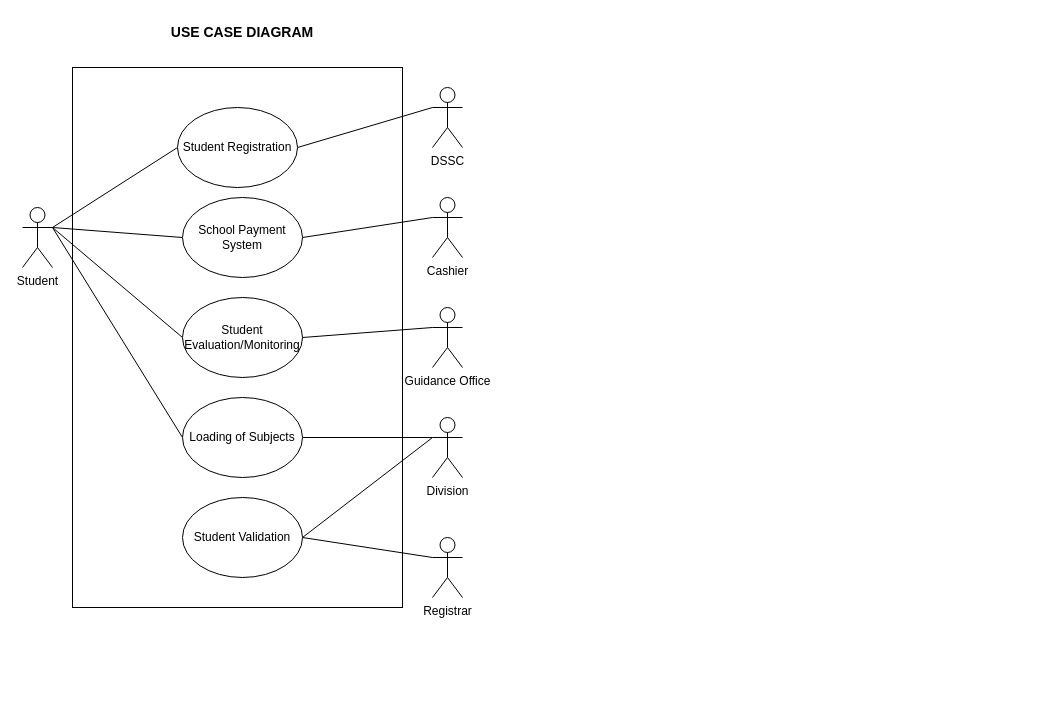
Earlier version of the draw.io diagram Copy of Untitled Diagram.drawio (John-Rey-Pial/Draw-IO). Source tidied: cells renumbered, new cells numbered last; positions are measured from the earlier drawing's top-left corner, leaving out a move shared by most shapes. Both pictures are drawn from the tidied source at 100%, with x=0, y=0 at pixel (22, 17).
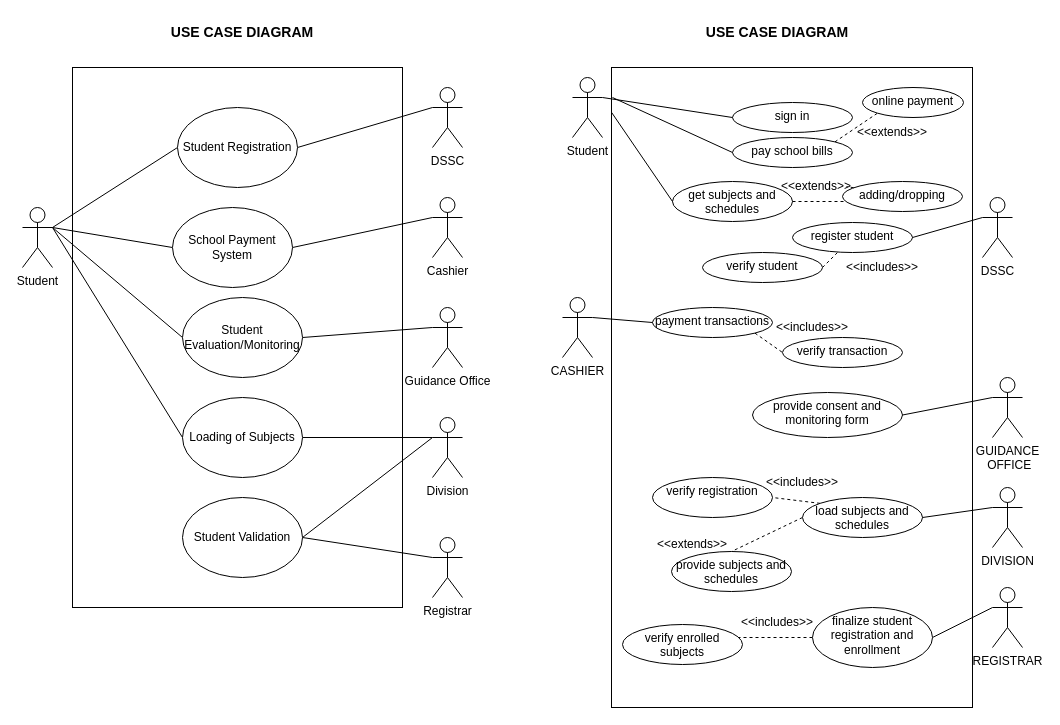
After the change.

Diff of the diagram source:
```diff
@@
     <mxCell id="15" value="School Payment System" style="ellipse;whiteSpace=wrap;html=1;" parent="1" vertex="1">
-      <mxGeometry x="160" y="180" width="120" height="80" as="geometry" />
+      <mxGeometry x="150" y="190" width="120" height="80" as="geometry" />
     </mxCell>
@@
+    <mxCell id="25" value="USE CASE DIAGRAM" style="text;html=1;strokeColor=none;fillColor=none;align=center;verticalAlign=middle;whiteSpace=wrap;rounded=0;fontSize=14;fontStyle=1;" parent="1" vertex="1">
+      <mxGeometry x="660" width="190" height="30" as="geometry" />
+    </mxCell>
+    <mxCell id="26" style="rounded=0;whiteSpace=wrap;html=1;" parent="1" vertex="1">
+      <mxGeometry x="589" y="50" width="361" height="640" as="geometry" />
+    </mxCell>
+    <mxCell id="27" value="Student" style="shape=umlActor;verticalLabelPosition=bottom;verticalAlign=top;html=1;outlineConnect=0;" parent="1" vertex="1">
+      <mxGeometry x="550" y="60" width="30" height="60" as="geometry" />
+    </mxCell>
+    <mxCell id="28" value="sign in" style="ellipse;whiteSpace=wrap;html=1;verticalAlign=top;" parent="1" vertex="1">
+      <mxGeometry x="710" y="85" width="120" height="30" as="geometry" />
+    </mxCell>
+    <mxCell id="29" value="DSSC" style="shape=umlActor;verticalLabelPosition=bottom;verticalAlign=top;html=1;outlineConnect=0;" parent="1" vertex="1">
+      <mxGeometry x="960" y="180" width="30" height="60" as="geometry" />
+    </mxCell>
+    <mxCell id="30" value="register student" style="ellipse;whiteSpace=wrap;html=1;verticalAlign=top;" parent="1" vertex="1">
+      <mxGeometry x="770" y="205" width="120" height="30" as="geometry" />
+    </mxCell>
+    <mxCell id="31" style="endArrow=none;html=1;rounded=0;exitX=1;exitY=0.3333333333333333;exitDx=0;exitDy=0;exitPerimeter=0;entryX=0;entryY=0.5;entryDx=0;entryDy=0;" parent="1" edge="1" source="27" target="28">
+      <mxGeometry relative="1" as="geometry" />
+    </mxCell>
+    <mxCell id="32" style="endArrow=none;html=1;rounded=0;entryX=0;entryY=0.3333333333333333;entryDx=0;entryDy=0;entryPerimeter=0;exitX=1;exitY=0.5;exitDx=0;exitDy=0;" parent="1" edge="1" source="30" target="29">
+      <mxGeometry relative="1" as="geometry" />
+    </mxCell>
+    <mxCell id="33" style="endArrow=none;dashed=1;html=1;rounded=0;exitX=1;exitY=0.5;exitDx=0;exitDy=0;" parent="1" edge="1" source="34" target="30">
+      <mxGeometry relative="1" as="geometry" />
+    </mxCell>
+    <mxCell id="34" value="verify student" style="ellipse;whiteSpace=wrap;html=1;verticalAlign=top;" parent="1" vertex="1">
+      <mxGeometry x="680" y="235" width="120" height="30" as="geometry" />
+    </mxCell>
+    <mxCell id="35" value="&amp;lt;&amp;lt;includes&amp;gt;&amp;gt;" style="text;html=1;strokeColor=none;fillColor=none;align=center;verticalAlign=middle;whiteSpace=wrap;rounded=0;" parent="1" vertex="1">
+      <mxGeometry x="830" y="235" width="60" height="30" as="geometry" />
+    </mxCell>
+    <mxCell id="36" style="edgeStyle=none;rounded=0;jettySize=auto;html=1;exitX=1;exitY=0;exitDx=0;exitDy=0;entryX=0;entryY=1;entryDx=0;entryDy=0;dashed=1;endArrow=none;endFill=0;" parent="1" edge="1" source="37" target="67">
+      <mxGeometry relative="1" as="geometry" />
+    </mxCell>
+    <mxCell id="37" value="pay school bills" style="ellipse;whiteSpace=wrap;html=1;verticalAlign=top;" parent="1" vertex="1">
+      <mxGeometry x="710" y="120" width="120" height="30" as="geometry" />
+    </mxCell>
+    <mxCell id="38" style="endArrow=none;html=1;rounded=0;entryX=0;entryY=0.5;entryDx=0;entryDy=0;" parent="1" edge="1" target="37">
+      <mxGeometry relative="1" as="geometry">
+        <mxPoint x="590" y="80" as="sourcePoint" />
+      </mxGeometry>
+    </mxCell>
+    <mxCell id="39" value="get subjects and schedules" style="ellipse;whiteSpace=wrap;html=1;verticalAlign=top;" parent="1" vertex="1">
+      <mxGeometry x="650" y="164" width="120" height="40" as="geometry" />
+    </mxCell>
+    <mxCell id="40" style="endArrow=none;html=1;rounded=0;entryX=0;entryY=0.07;entryDx=0;entryDy=0;entryPerimeter=0;exitX=0;exitY=0.5;exitDx=0;exitDy=0;" parent="1" edge="1" source="39" target="26">
+      <mxGeometry relative="1" as="geometry" />
+    </mxCell>
+    <mxCell id="41" value="CASHIER" style="shape=umlActor;verticalLabelPosition=bottom;verticalAlign=top;html=1;outlineConnect=0;" parent="1" vertex="1">
+      <mxGeometry x="540" y="280" width="30" height="60" as="geometry" />
+    </mxCell>
+    <mxCell id="42" style="rounded=0;jettySize=auto;html=1;exitX=1;exitY=1;exitDx=0;exitDy=0;entryX=0;entryY=0.5;entryDx=0;entryDy=0;dashed=1;endArrow=none;endFill=0;" parent="1" edge="1" source="43" target="45">
+      <mxGeometry relative="1" as="geometry" />
+    </mxCell>
+    <mxCell id="43" value="payment transactions" style="ellipse;whiteSpace=wrap;html=1;verticalAlign=top;" parent="1" vertex="1">
+      <mxGeometry x="630" y="290" width="120" height="30" as="geometry" />
+    </mxCell>
+    <mxCell id="44" style="endArrow=none;html=1;rounded=0;exitX=1;exitY=0.3333333333333333;exitDx=0;exitDy=0;exitPerimeter=0;entryX=0;entryY=0.5;entryDx=0;entryDy=0;" parent="1" edge="1" source="41" target="43">
+      <mxGeometry relative="1" as="geometry" />
+    </mxCell>
+    <mxCell id="45" value="verify transaction" style="ellipse;whiteSpace=wrap;html=1;verticalAlign=top;" parent="1" vertex="1">
+      <mxGeometry x="760" y="320" width="120" height="30" as="geometry" />
+    </mxCell>
+    <mxCell id="46" value="&amp;lt;&amp;lt;includes&amp;gt;&amp;gt;" style="text;html=1;strokeColor=none;fillColor=none;align=center;verticalAlign=middle;whiteSpace=wrap;rounded=0;" parent="1" vertex="1">
+      <mxGeometry x="760" y="295" width="60" height="30" as="geometry" />
+    </mxCell>
+    <mxCell id="47" style="edgeStyle=none;rounded=0;jettySize=auto;html=1;exitX=0;exitY=0.3333333333333333;exitDx=0;exitDy=0;exitPerimeter=0;entryX=1;entryY=0.5;entryDx=0;entryDy=0;endArrow=none;endFill=0;" parent="1" edge="1" source="48" target="49">
+      <mxGeometry relative="1" as="geometry" />
+    </mxCell>
+    <mxCell id="48" value="GUIDANCE&lt;br&gt;&amp;nbsp;OFFICE" style="shape=umlActor;verticalLabelPosition=bottom;verticalAlign=top;html=1;outlineConnect=0;" parent="1" vertex="1">
+      <mxGeometry x="970" y="360" width="30" height="60" as="geometry" />
+    </mxCell>
+    <mxCell id="49" value="provide consent and monitoring form" style="ellipse;whiteSpace=wrap;html=1;verticalAlign=top;" parent="1" vertex="1">
+      <mxGeometry x="730" y="375" width="150" height="45" as="geometry" />
+    </mxCell>
+    <mxCell id="50" style="edgeStyle=none;rounded=0;jettySize=auto;html=1;exitX=0;exitY=0;exitDx=0;exitDy=0;entryX=1;entryY=0.5;entryDx=0;entryDy=0;endArrow=none;endFill=0;dashed=1;" parent="1" edge="1" source="52" target="55">
+      <mxGeometry relative="1" as="geometry" />
+    </mxCell>
+    <mxCell id="51" style="edgeStyle=none;rounded=0;jettySize=auto;html=1;exitX=0;exitY=0.5;exitDx=0;exitDy=0;entryX=0.5;entryY=0;entryDx=0;entryDy=0;dashed=1;endArrow=none;endFill=0;" parent="1" edge="1" source="52" target="57">
+      <mxGeometry relative="1" as="geometry" />
+    </mxCell>
+    <mxCell id="52" value="load subjects and schedules" style="ellipse;whiteSpace=wrap;html=1;verticalAlign=top;" parent="1" vertex="1">
+      <mxGeometry x="780" y="480" width="120" height="40" as="geometry" />
+    </mxCell>
+    <mxCell id="53" style="edgeStyle=none;rounded=0;jettySize=auto;html=1;exitX=0;exitY=0.3333333333333333;exitDx=0;exitDy=0;exitPerimeter=0;entryX=1;entryY=0.5;entryDx=0;entryDy=0;endArrow=none;endFill=0;" parent="1" edge="1" source="54" target="52">
+      <mxGeometry relative="1" as="geometry" />
+    </mxCell>
+    <mxCell id="54" value="DIVISION" style="shape=umlActor;verticalLabelPosition=bottom;verticalAlign=top;html=1;outlineConnect=0;" parent="1" vertex="1">
+      <mxGeometry x="970" y="470" width="30" height="60" as="geometry" />
+    </mxCell>
+    <mxCell id="55" value="verify registration" style="ellipse;whiteSpace=wrap;html=1;verticalAlign=top;" parent="1" vertex="1">
+      <mxGeometry x="630" y="460" width="120" height="40" as="geometry" />
+    </mxCell>
+    <mxCell id="56" value="&amp;lt;&amp;lt;includes&amp;gt;&amp;gt;" style="text;html=1;strokeColor=none;fillColor=none;align=center;verticalAlign=middle;whiteSpace=wrap;rounded=0;" parent="1" vertex="1">
+      <mxGeometry x="750" y="450" width="60" height="30" as="geometry" />
+    </mxCell>
+    <mxCell id="57" value="provide subjects and schedules" style="ellipse;whiteSpace=wrap;html=1;verticalAlign=top;" parent="1" vertex="1">
+      <mxGeometry x="649" y="534" width="120" height="40" as="geometry" />
+    </mxCell>
+    <mxCell id="58" value="&amp;lt;&amp;lt;extends&amp;gt;&amp;gt;" style="text;html=1;strokeColor=none;fillColor=none;align=center;verticalAlign=middle;whiteSpace=wrap;rounded=0;" parent="1" vertex="1">
+      <mxGeometry x="640" y="512" width="60" height="30" as="geometry" />
+    </mxCell>
+    <mxCell id="59" style="edgeStyle=none;rounded=0;jettySize=auto;html=1;entryX=1;entryY=0.5;entryDx=0;entryDy=0;endArrow=none;endFill=0;exitX=0;exitY=0.3333333333333333;exitDx=0;exitDy=0;exitPerimeter=0;" parent="1" edge="1" source="60" target="62">
+      <mxGeometry relative="1" as="geometry" />
+    </mxCell>
+    <mxCell id="60" value="REGISTRAR" style="shape=umlActor;verticalLabelPosition=bottom;verticalAlign=top;html=1;outlineConnect=0;" parent="1" vertex="1">
+      <mxGeometry x="970" y="570" width="30" height="60" as="geometry" />
+    </mxCell>
+    <mxCell id="61" style="edgeStyle=none;rounded=0;jettySize=auto;html=1;exitX=0;exitY=0.5;exitDx=0;exitDy=0;entryX=0.958;entryY=0.325;entryDx=0;entryDy=0;entryPerimeter=0;dashed=1;endArrow=none;endFill=0;" parent="1" edge="1" source="62" target="63">
+      <mxGeometry relative="1" as="geometry" />
+    </mxCell>
+    <mxCell id="62" value="finalize student registration and enrollment" style="ellipse;whiteSpace=wrap;html=1;verticalAlign=top;" parent="1" vertex="1">
+      <mxGeometry x="790" y="590" width="120" height="60" as="geometry" />
+    </mxCell>
+    <mxCell id="63" value="verify enrolled subjects" style="ellipse;whiteSpace=wrap;html=1;verticalAlign=top;" parent="1" vertex="1">
+      <mxGeometry x="600" y="607" width="120" height="40" as="geometry" />
+    </mxCell>
+    <mxCell id="64" value="&amp;lt;&amp;lt;includes&amp;gt;&amp;gt;" style="text;html=1;strokeColor=none;fillColor=none;align=center;verticalAlign=middle;whiteSpace=wrap;rounded=0;" parent="1" vertex="1">
+      <mxGeometry x="725" y="590" width="60" height="30" as="geometry" />
+    </mxCell>
+    <mxCell id="65" style="edgeStyle=none;rounded=0;jettySize=auto;html=1;entryX=1;entryY=0.5;entryDx=0;entryDy=0;dashed=1;endArrow=none;endFill=0;startArrow=none;" parent="1" edge="1" source="69" target="39">
+      <mxGeometry relative="1" as="geometry" />
+    </mxCell>
+    <mxCell id="66" value="adding/dropping" style="ellipse;whiteSpace=wrap;html=1;verticalAlign=top;" parent="1" vertex="1">
+      <mxGeometry x="820" y="164" width="120" height="30" as="geometry" />
+    </mxCell>
+    <mxCell id="67" value="online payment" style="ellipse;whiteSpace=wrap;html=1;verticalAlign=top;" parent="1" vertex="1">
+      <mxGeometry x="840" y="70" width="101" height="30" as="geometry" />
+    </mxCell>
+    <mxCell id="68" value="&amp;lt;&amp;lt;extends&amp;gt;&amp;gt;" style="text;html=1;strokeColor=none;fillColor=none;align=center;verticalAlign=middle;whiteSpace=wrap;rounded=0;" parent="1" vertex="1">
+      <mxGeometry x="840" y="100" width="60" height="30" as="geometry" />
+    </mxCell>
+    <mxCell id="69" value="&amp;lt;&amp;lt;extends&amp;gt;&amp;gt;" style="text;html=1;strokeColor=none;fillColor=none;align=center;verticalAlign=middle;whiteSpace=wrap;rounded=0;" parent="1" vertex="1">
+      <mxGeometry x="764" y="154" width="60" height="30" as="geometry" />
+    </mxCell>
+    <mxCell id="70" style="edgeStyle=none;rounded=0;jettySize=auto;html=1;entryX=1;entryY=0.5;entryDx=0;entryDy=0;dashed=1;endArrow=none;endFill=0;" parent="1" edge="1" source="66" target="69">
+      <mxGeometry relative="1" as="geometry" />
+    </mxCell>
+    <mxCell id="71" style="edgeStyle=none;rounded=0;jettySize=auto;html=1;entryX=1;entryY=1;entryDx=0;entryDy=0;dashed=1;endArrow=none;endFill=0;" parent="1" edge="1" target="69">
+      <mxGeometry relative="1" as="geometry">
+        <mxPoint x="770" y="184" as="sourcePoint" />
+      </mxGeometry>
+    </mxCell>
```
